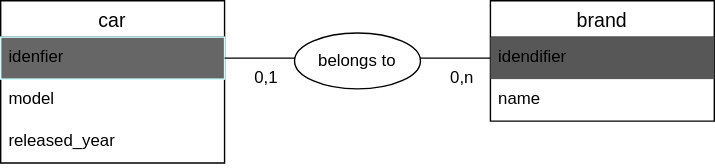
laxmiav/O-Cars-Corner-laxmiav keeps this draw.io diagram as MCD.drawio.svg. Above is the earlier version. Source tidied: cells renumbered, new cells last; positions are measured from the earlier drawing's top-left corner, leaving out a move shared by most shapes. Its diagram source:
```xml
<mxGraphModel>
  <root>
    <mxCell id="0" />
    <mxCell id="1" parent="0" />
    <mxCell id="2" value="car" style="swimlane;fontStyle=0;horizontal=1;startSize=26;align=center;fontSize=14;" parent="1" vertex="1">
      <mxGeometry width="160" height="116" as="geometry" />
    </mxCell>
    <mxCell id="3" value="idenfier" style="text;strokeColor=#CCFFFF;fillColor=#666666;spacingLeft=4;spacingRight=4;overflow=hidden;points=[[0,0.5],[1,0.5]];portConstraint=eastwest;fontSize=12;" parent="2" vertex="1">
      <mxGeometry y="26" width="160" height="30" as="geometry" />
    </mxCell>
    <mxCell id="4" value="model" style="text;strokeColor=none;fillColor=none;spacingLeft=4;spacingRight=4;overflow=hidden;fontSize=12;" parent="2" vertex="1">
      <mxGeometry y="56" width="160" height="30" as="geometry" />
    </mxCell>
    <mxCell id="5" value="released_year" style="text;strokeColor=none;fillColor=none;spacingLeft=4;spacingRight=4;overflow=hidden;fontSize=12;" parent="2" vertex="1">
      <mxGeometry y="86" width="160" height="30" as="geometry" />
    </mxCell>
    <mxCell id="6" value="brand" style="swimlane;fontStyle=0;horizontal=1;startSize=26;align=center;fontSize=14;" parent="1" vertex="1">
      <mxGeometry x="350" width="160" height="86" as="geometry" />
    </mxCell>
    <mxCell id="7" value="idendifier" style="text;strokeColor=none;fillColor=#575757;spacingLeft=4;spacingRight=4;overflow=hidden;points=[[0,0.5],[1,0.5]];portConstraint=eastwest;fontSize=12;" parent="6" vertex="1">
      <mxGeometry y="26" width="160" height="30" as="geometry" />
    </mxCell>
    <mxCell id="8" value="name" style="text;strokeColor=none;fillColor=none;spacingLeft=4;spacingRight=4;overflow=hidden;fontSize=12;" parent="6" vertex="1">
      <mxGeometry y="56" width="160" height="30" as="geometry" />
    </mxCell>
    <mxCell id="9" style="endArrow=none;html=1;rounded=0;entryX=0;entryY=0.5;entryDx=0;entryDy=0;" parent="1" edge="1" source="3" target="7">
      <mxGeometry relative="1" as="geometry" />
    </mxCell>
    <mxCell id="10" value="0,1" style="text;html=1;strokeColor=none;fillColor=none;align=center;verticalAlign=middle;whiteSpace=wrap;rounded=0;" parent="1" vertex="1">
      <mxGeometry x="160" y="40" width="60" height="30" as="geometry" />
    </mxCell>
    <mxCell id="11" value="belongs to" style="ellipse;whiteSpace=wrap;html=1;" parent="1" vertex="1">
      <mxGeometry x="210" y="23" width="90" height="40" as="geometry" />
    </mxCell>
    <mxCell id="12" value="0,n" style="text;html=1;strokeColor=none;fillColor=none;align=center;verticalAlign=middle;whiteSpace=wrap;rounded=0;" parent="1" vertex="1">
      <mxGeometry x="300" y="40" width="60" height="30" as="geometry" />
    </mxCell>
  </root>
</mxGraphModel>
```
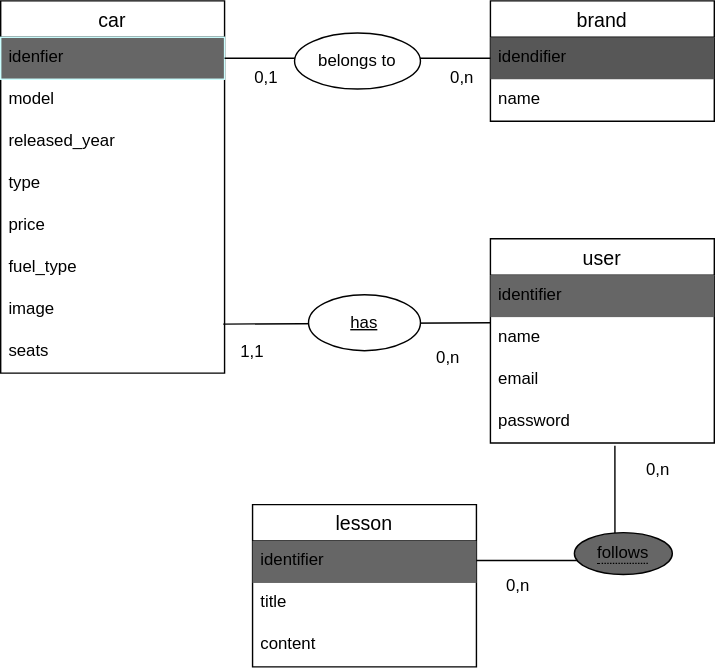
After the commit.

The edit, as a diff of the source:
```diff
@@ -3,7 +3,7 @@
     <mxCell id="0" />
     <mxCell id="1" parent="0" />
     <mxCell id="2" value="car" style="swimlane;fontStyle=0;horizontal=1;startSize=26;align=center;fontSize=14;" parent="1" vertex="1">
-      <mxGeometry width="160" height="116" as="geometry" />
+      <mxGeometry width="160" height="266" as="geometry" />
     </mxCell>
     <mxCell id="3" value="idenfier" style="text;strokeColor=#CCFFFF;fillColor=#666666;spacingLeft=4;spacingRight=4;overflow=hidden;points=[[0,0.5],[1,0.5]];portConstraint=eastwest;fontSize=12;" parent="2" vertex="1">
       <mxGeometry y="26" width="160" height="30" as="geometry" />
@@ -14,6 +14,21 @@
     <mxCell id="5" value="released_year" style="text;strokeColor=none;fillColor=none;spacingLeft=4;spacingRight=4;overflow=hidden;fontSize=12;" parent="2" vertex="1">
       <mxGeometry y="86" width="160" height="30" as="geometry" />
     </mxCell>
+    <mxCell id="13" value="type" style="text;strokeColor=none;fillColor=none;spacingLeft=4;spacingRight=4;overflow=hidden;fontSize=12;" parent="2" vertex="1">
+      <mxGeometry y="116" width="160" height="30" as="geometry" />
+    </mxCell>
+    <mxCell id="14" value="price" style="text;strokeColor=none;fillColor=none;spacingLeft=4;spacingRight=4;overflow=hidden;fontSize=12;" parent="2" vertex="1">
+      <mxGeometry y="146" width="160" height="30" as="geometry" />
+    </mxCell>
+    <mxCell id="15" value="fuel_type" style="text;strokeColor=none;fillColor=none;spacingLeft=4;spacingRight=4;overflow=hidden;fontSize=12;" parent="2" vertex="1">
+      <mxGeometry y="176" width="160" height="30" as="geometry" />
+    </mxCell>
+    <mxCell id="16" value="image" style="text;strokeColor=none;fillColor=none;spacingLeft=4;spacingRight=4;overflow=hidden;fontSize=12;" parent="2" vertex="1">
+      <mxGeometry y="206" width="160" height="30" as="geometry" />
+    </mxCell>
+    <mxCell id="17" value="seats" style="text;strokeColor=none;fillColor=none;spacingLeft=4;spacingRight=4;overflow=hidden;points=[[0,0.5],[1,0.5]];portConstraint=eastwest;fontSize=12;" parent="2" vertex="1">
+      <mxGeometry y="236" width="160" height="30" as="geometry" />
+    </mxCell>
     <mxCell id="6" value="brand" style="swimlane;fontStyle=0;horizontal=1;startSize=26;align=center;fontSize=14;" parent="1" vertex="1">
       <mxGeometry x="350" width="160" height="86" as="geometry" />
     </mxCell>
@@ -35,5 +50,63 @@
     <mxCell id="12" value="0,n" style="text;html=1;strokeColor=none;fillColor=none;align=center;verticalAlign=middle;whiteSpace=wrap;rounded=0;" parent="1" vertex="1">
       <mxGeometry x="300" y="40" width="60" height="30" as="geometry" />
     </mxCell>
+    <mxCell id="18" value="user" style="swimlane;fontStyle=0;horizontal=1;startSize=26;align=center;fontSize=14;" parent="1" vertex="1">
+      <mxGeometry x="350" y="170" width="160" height="146" as="geometry" />
+    </mxCell>
+    <mxCell id="19" value="identifier" style="text;strokeColor=none;fillColor=#666666;spacingLeft=4;spacingRight=4;overflow=hidden;fontSize=12;" parent="18" vertex="1">
+      <mxGeometry y="26" width="160" height="30" as="geometry" />
+    </mxCell>
+    <mxCell id="20" value="name" style="text;strokeColor=none;fillColor=none;spacingLeft=4;spacingRight=4;overflow=hidden;fontSize=12;" parent="18" vertex="1">
+      <mxGeometry y="56" width="160" height="30" as="geometry" />
+    </mxCell>
+    <mxCell id="21" value="email" style="text;strokeColor=none;fillColor=none;spacingLeft=4;spacingRight=4;overflow=hidden;fontSize=12;" parent="18" vertex="1">
+      <mxGeometry y="86" width="160" height="30" as="geometry" />
+    </mxCell>
+    <mxCell id="22" value="password" style="text;strokeColor=none;fillColor=none;spacingLeft=4;spacingRight=4;overflow=hidden;points=[[0,0.5],[1,0.5]];portConstraint=eastwest;fontSize=12;" parent="18" vertex="1">
+      <mxGeometry y="116" width="160" height="30" as="geometry" />
+    </mxCell>
+    <mxCell id="23" style="endArrow=none;html=1;rounded=0;exitX=0.994;exitY=-0.167;exitDx=0;exitDy=0;exitPerimeter=0;" parent="1" edge="1" source="17">
+      <mxGeometry relative="1" as="geometry">
+        <mxPoint x="350" y="230" as="targetPoint" />
+      </mxGeometry>
+    </mxCell>
+    <mxCell id="24" value="has" style="ellipse;whiteSpace=wrap;html=1;align=center;fontStyle=4;" parent="1" vertex="1">
+      <mxGeometry x="220" y="210" width="80" height="40" as="geometry" />
+    </mxCell>
+    <mxCell id="25" value="0,n" style="text;html=1;strokeColor=none;fillColor=none;align=center;verticalAlign=middle;whiteSpace=wrap;rounded=0;" parent="1" vertex="1">
+      <mxGeometry x="290" y="240" width="60" height="30" as="geometry" />
+    </mxCell>
+    <mxCell id="26" value="1,1" style="text;html=1;strokeColor=none;fillColor=none;align=center;verticalAlign=middle;whiteSpace=wrap;rounded=0;" parent="1" vertex="1">
+      <mxGeometry x="150" y="236" width="60" height="30" as="geometry" />
+    </mxCell>
+    <mxCell id="27" value="lesson" style="swimlane;fontStyle=0;horizontal=1;startSize=26;align=center;fontSize=14;" parent="1" vertex="1">
+      <mxGeometry x="180" y="360" width="160" height="116" as="geometry" />
+    </mxCell>
+    <mxCell id="28" value="identifier" style="text;strokeColor=none;fillColor=#666666;spacingLeft=4;spacingRight=4;overflow=hidden;fontSize=12;" parent="27" vertex="1">
+      <mxGeometry y="26" width="160" height="30" as="geometry" />
+    </mxCell>
+    <mxCell id="29" value="title" style="text;strokeColor=none;fillColor=none;spacingLeft=4;spacingRight=4;overflow=hidden;fontSize=12;" parent="27" vertex="1">
+      <mxGeometry y="56" width="160" height="30" as="geometry" />
+    </mxCell>
+    <mxCell id="30" value="content" style="text;strokeColor=none;fillColor=none;spacingLeft=4;spacingRight=4;overflow=hidden;fontSize=12;" parent="27" vertex="1">
+      <mxGeometry y="86" width="160" height="30" as="geometry" />
+    </mxCell>
+    <mxCell id="31" style="endArrow=none;html=1;rounded=0;entryX=0.556;entryY=1.067;entryDx=0;entryDy=0;entryPerimeter=0;" parent="1" edge="1" target="22">
+      <mxGeometry relative="1" as="geometry">
+        <mxPoint x="340" y="400" as="sourcePoint" />
+        <Array as="points">
+          <mxPoint x="439" y="400" />
+        </Array>
+      </mxGeometry>
+    </mxCell>
+    <mxCell id="32" value="&lt;span style=&quot;border-bottom: 1px dotted&quot;&gt;follows&lt;/span&gt;" style="ellipse;whiteSpace=wrap;html=1;align=center;fillColor=#666666;" parent="1" vertex="1">
+      <mxGeometry x="410" y="380" width="70" height="30" as="geometry" />
+    </mxCell>
+    <mxCell id="33" value="0,n" style="text;html=1;strokeColor=none;fillColor=none;align=center;verticalAlign=middle;whiteSpace=wrap;rounded=0;" parent="1" vertex="1">
+      <mxGeometry x="440" y="320" width="60" height="30" as="geometry" />
+    </mxCell>
+    <mxCell id="34" value="0,n" style="text;html=1;strokeColor=none;fillColor=none;align=center;verticalAlign=middle;whiteSpace=wrap;rounded=0;" parent="1" vertex="1">
+      <mxGeometry x="340" y="403" width="60" height="30" as="geometry" />
+    </mxCell>
   </root>
 </mxGraphModel>
```
